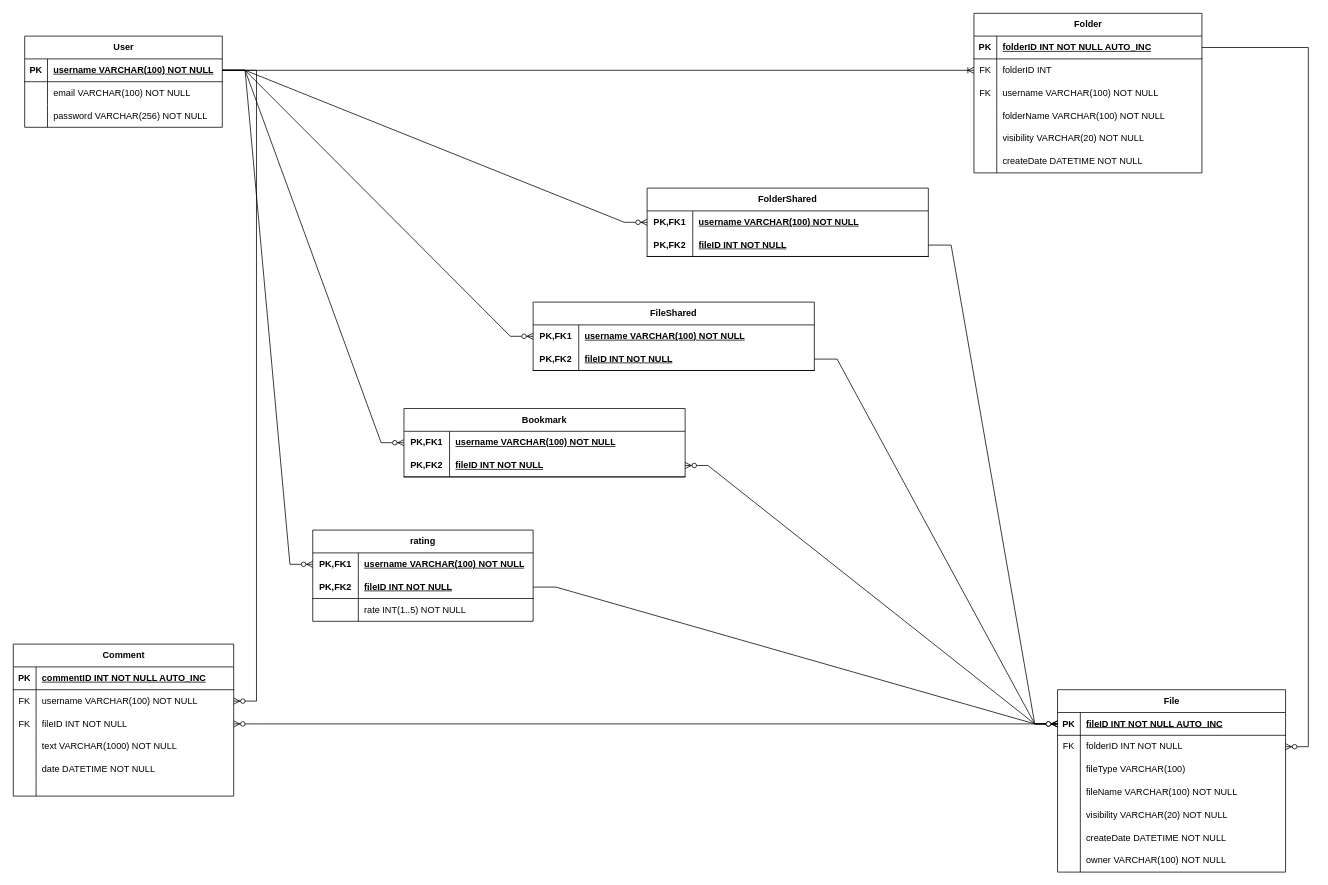
Above: diagramok/relacio_sema.drawio in HedSut/2024-adatb-projekt-drive (draw.io), before the change. Source tidied: cells renumbered, new cells numbered last; positions are measured from the earlier drawing's top-left corner, leaving out a move shared by most shapes. Both pictures are drawn from the tidied source at 76%, with x=0, y=0 at pixel (13, 13).
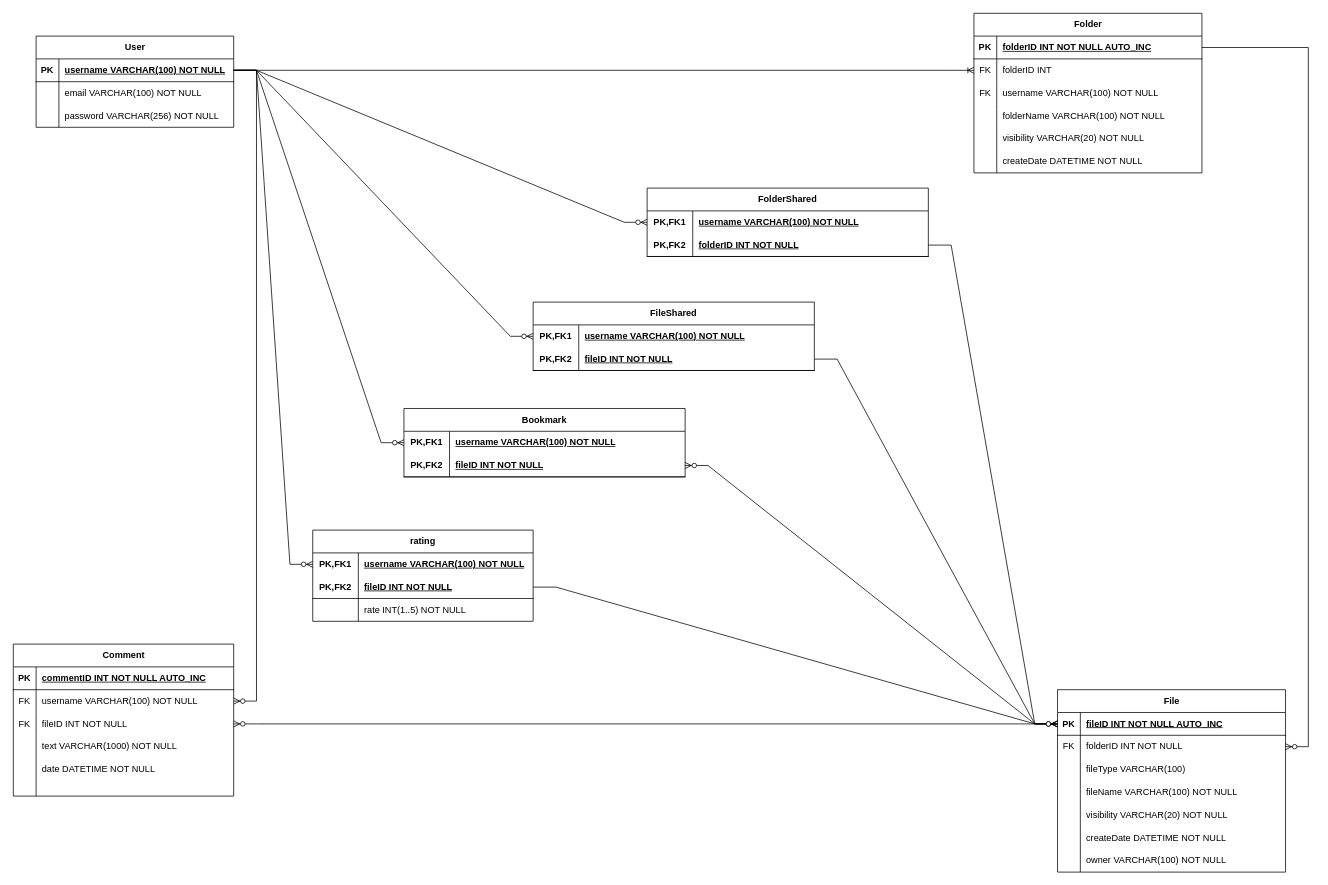
The same page after the edit.

The change refers to these unchanged cells:
```xml
<mxCell id="88" style="shape=tableRow;horizontal=0;startSize=0;swimlaneHead=0;swimlaneBody=0;fillColor=none;points=[[0,0.5],[1,0.5]];portConstraint=eastwest;top=0;left=0;right=0;bottom=1;html=1;" parent="84" vertex="1">
  <mxGeometry y="60" width="370" height="30" as="geometry" />
</mxCell>
```

Change to the diagram source:
```diff
@@
     <mxCell id="2" value="User" style="shape=table;startSize=30;childLayout=tableLayout;rowLines=0;fontStyle=1;align=center;html=1;" parent="1" vertex="1">
-      <mxGeometry x="15" y="30" width="260" height="120" as="geometry" />
+      <mxGeometry x="30" y="30" width="260" height="120" as="geometry" />
     </mxCell>
@@
-    <mxCell id="90" value="fileID INT NOT NULL" style="shape=partialRectangle;fillColor=none;top=0;left=0;bottom=0;right=0;align=left;spacingLeft=6;fontStyle=5;overflow=hidden;html=1;whiteSpace=wrap;" parent="88" vertex="1">
+    <mxCell id="90" value="folderID INT NOT NULL" style="shape=partialRectangle;fillColor=none;top=0;left=0;bottom=0;right=0;align=left;spacingLeft=6;fontStyle=5;overflow=hidden;html=1;whiteSpace=wrap;" parent="88" vertex="1">
       <mxGeometry x="60" width="310" height="30" as="geometry" />
     </mxCell>
```
